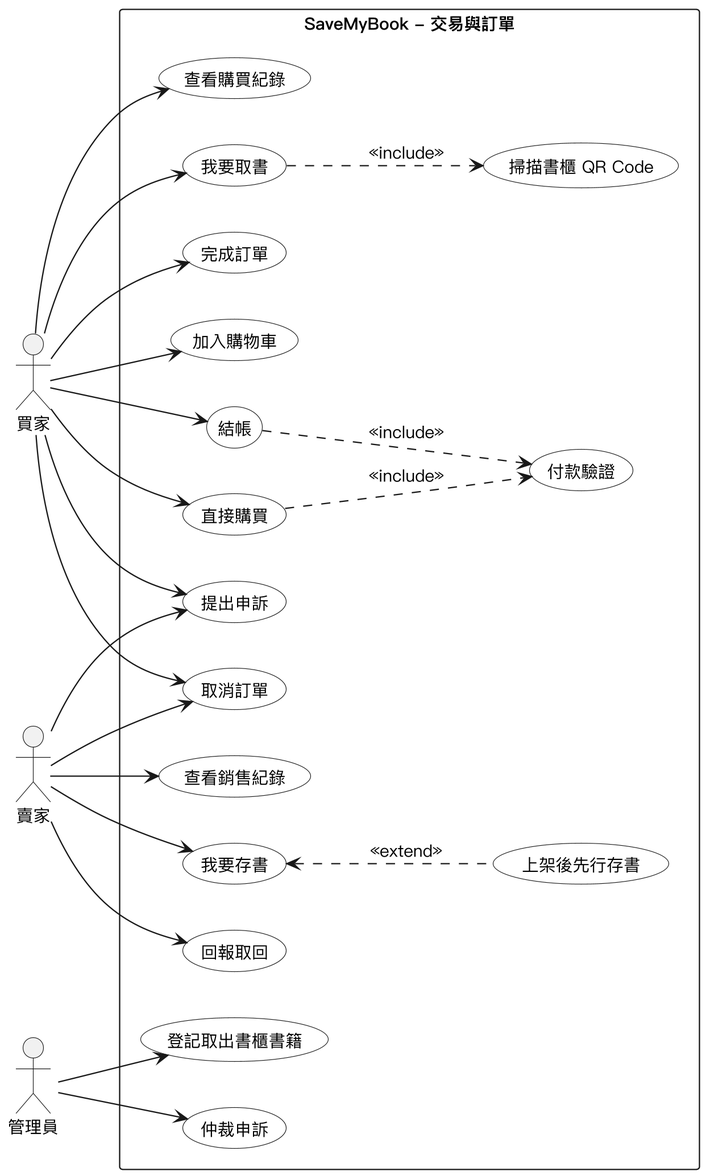
This is Diagrams/Use Case/v3/uc_orders.png from SaveMyBook/SaveMyBook, a PlantUML export, as it was before one commit.
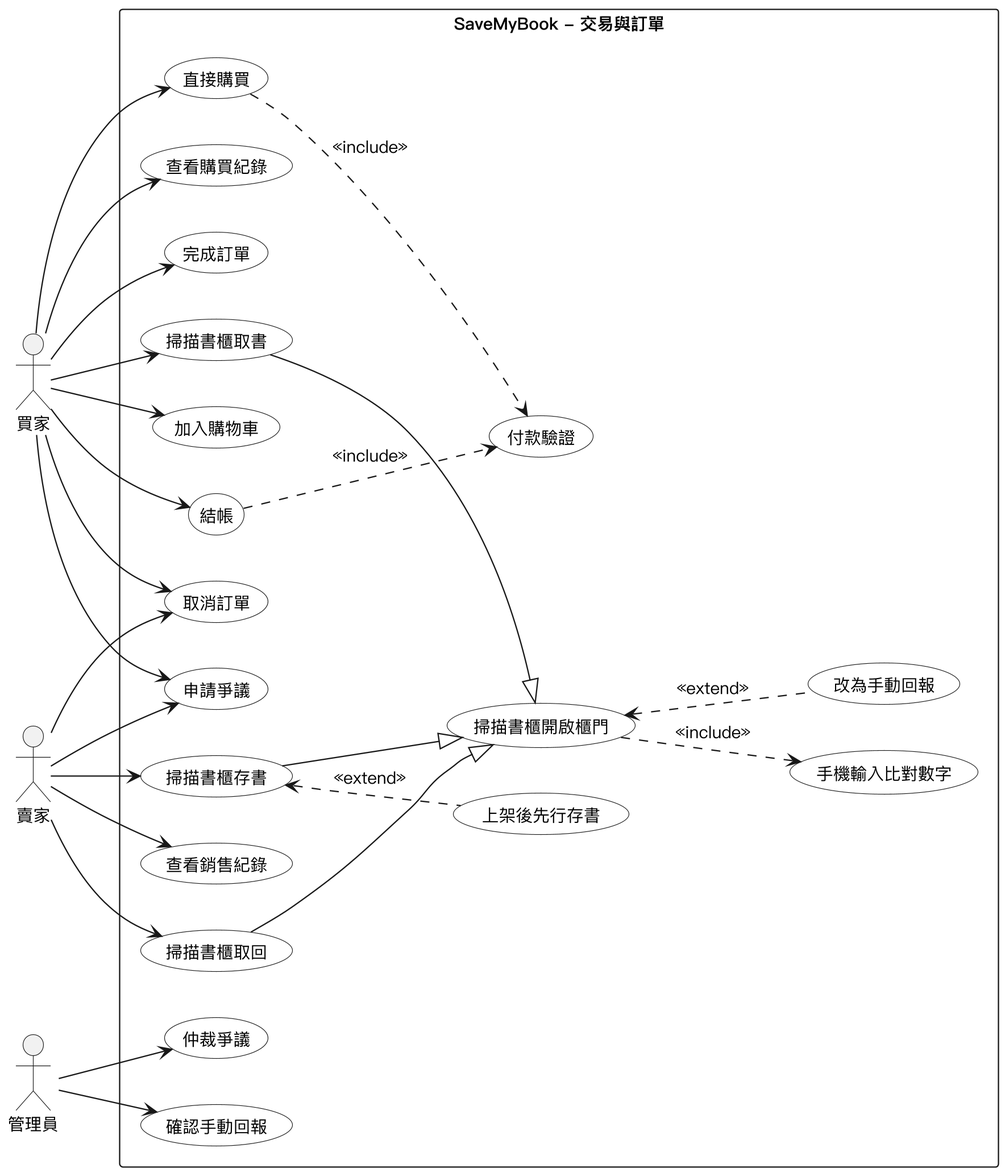
After the change.

The edit, as a diff of the source:
```diff
@@ -19,36 +19,42 @@
   usecase "直接購買" as buynow
   usecase "付款驗證" as verify
   usecase "查看購買紀錄" as history
-  usecase "我要取書" as pickup
-  usecase "掃描書櫃 QR Code" as scan
   usecase "完成訂單" as complete
-  usecase "提出申訴" as dispute
+  usecase "申請爭議" as dispute
+  usecase "取消訂單" as cancel
   usecase "查看銷售紀錄" as sales
-  usecase "我要存書" as deposit
+  usecase "掃描書櫃取書" as pickup
+  usecase "掃描書櫃存書" as deposit
   usecase "上架後先行存書" as predeposit
-  usecase "回報取回" as retrieve
-  usecase "取消訂單" as cancel
-  usecase "仲裁申訴" as arbitrate
-  usecase "登記取出書櫃書籍" as clear
+  usecase "掃描書櫃取回" as retrieve
+  usecase "掃描書櫃開啟櫃門" as open
+  usecase "手機輸入比對數字" as match
+  usecase "改為手動回報" as manual
+  usecase "仲裁爭議" as arbitrate
+  usecase "確認手動回報" as confirm
 }
 
 買家 --> cart
 買家 --> checkout
 買家 --> buynow
 買家 --> history
-買家 --> pickup
 買家 --> complete
 買家 --> dispute
 買家 --> cancel
+買家 --> pickup
 checkout ..> verify : <<include>>
 buynow ..> verify : <<include>>
-pickup ..> scan : <<include>>
+賣家 --> cancel
+賣家 --> dispute
 賣家 --> sales
+賣家 --> retrieve
 賣家 --> deposit
 deposit <.. predeposit : <<extend>>
-賣家 --> retrieve
-賣家 --> cancel
-賣家 --> dispute
+pickup --|> open
+deposit --|> open
+retrieve --|> open
+open ..> match : <<include>>
+open <.. manual : <<extend>>
 管理員 --> arbitrate
-管理員 --> clear
+管理員 --> confirm
 @enduml
```
